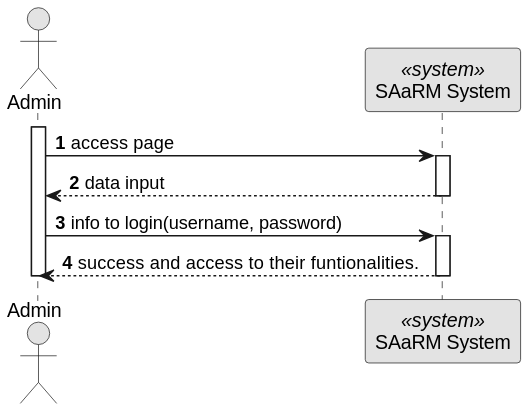
This is docs/BackofficeModule/7.2.5/sequence-diagram-1.svg from Ana-Miguel-Silva/SurgicalAppointmentAndResourceManagement, a PlantUML export, as it was before one commit.
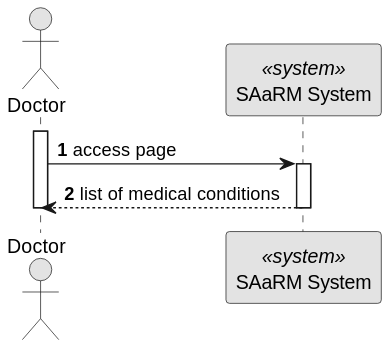
After the change.

What changed in the source:
```diff
@@ -5,17 +5,14 @@
 
 autonumber
 
-actor "Admin" as AD
+actor "Doctor" as AD
 participant "SAaRM System" as SYS <<system>>
 
 activate AD
 AD -> SYS: access page
 activate SYS
-SYS --> AD : data input
+SYS --> AD : list of medical conditions
 deactivate SYS
-AD -> SYS : info to login(username, password)
-activate SYS
-SYS --> AD : success and access to their funtionalities.
 
 deactivate SYS
 
```
